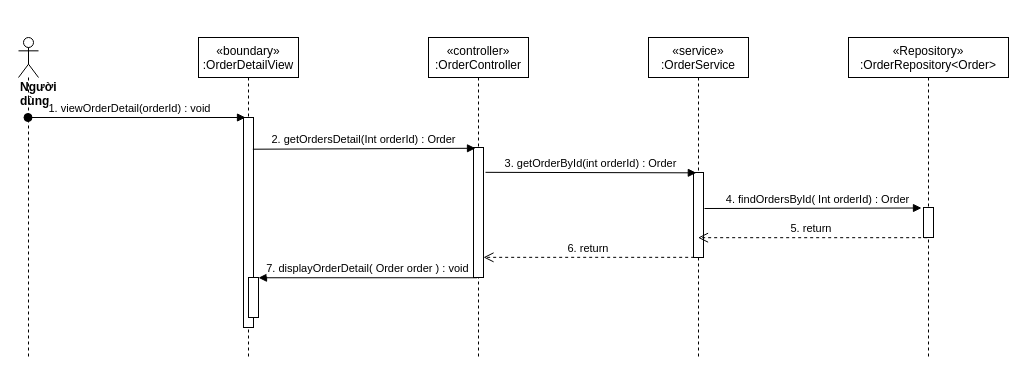
nguyenphamvan/datn_20202 keeps this draw.io diagram as sequence diagram/view-OrderDetail.drawio. Above is the earlier version. Source tidied: cells renumbered, new cells numbered last; positions are measured from the earlier drawing's top-left corner, leaving out a move shared by most shapes. Both pictures are drawn from the tidied source at 100%, with x=0, y=0 at pixel (18, 37).
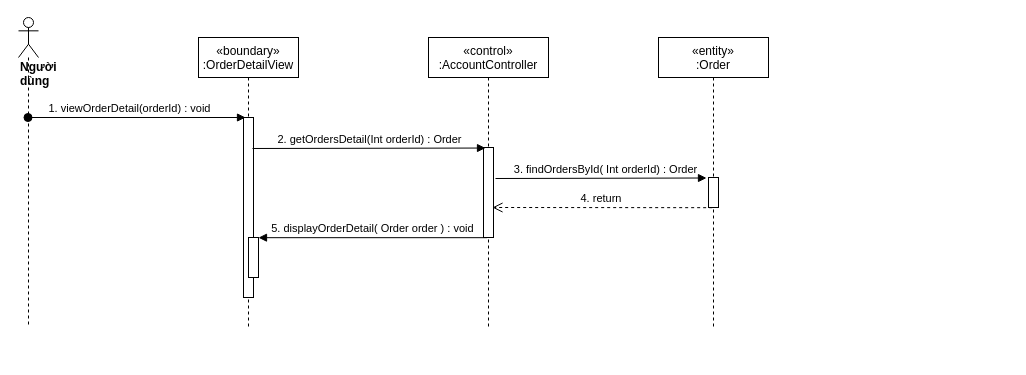
The same diagram, later.

The edit, as a diff of the source:
```diff
@@
 <mxGraphModel>
   <root>
     <mxCell id="0" />
     <mxCell id="1" parent="0" />
     <mxCell id="2" value="«boundary»&#10;:OrderDetailView" style="shape=umlLifeline;perimeter=lifelinePerimeter;rounded=0;shadow=0;strokeWidth=1;" parent="1" vertex="1">
-      <mxGeometry x="180" width="100" height="320" as="geometry" />
+      <mxGeometry x="180" width="100" height="290" as="geometry" />
     </mxCell>
     <mxCell id="3" style="points=[];perimeter=orthogonalPerimeter;rounded=0;shadow=0;strokeWidth=1;" parent="2" vertex="1">
-      <mxGeometry x="45" y="80" width="10" height="210" as="geometry" />
+      <mxGeometry x="45" y="80" width="10" height="180" as="geometry" />
     </mxCell>
     <mxCell id="4" style="html=1;points=[];perimeter=orthogonalPerimeter;" parent="2" vertex="1">
-      <mxGeometry x="50" y="240" width="10" height="40" as="geometry" />
+      <mxGeometry x="50" y="200" width="10" height="40" as="geometry" />
     </mxCell>
-    <mxCell id="5" value="«controller»&#10;:OrderController" style="shape=umlLifeline;perimeter=lifelinePerimeter;rounded=0;shadow=0;strokeWidth=1;" parent="1" vertex="1">
-      <mxGeometry x="410" width="100" height="320" as="geometry" />
+    <mxCell id="5" value="«control»&#10;:AccountController" style="shape=umlLifeline;perimeter=lifelinePerimeter;rounded=0;shadow=0;strokeWidth=1;" parent="1" vertex="1">
+      <mxGeometry x="410" width="120" height="290" as="geometry" />
     </mxCell>
     <mxCell id="6" style="points=[];perimeter=orthogonalPerimeter;rounded=0;shadow=0;strokeWidth=1;" parent="5" vertex="1">
-      <mxGeometry x="45" y="110" width="10" height="130" as="geometry" />
+      <mxGeometry x="55" y="110" width="10" height="90" as="geometry" />
     </mxCell>
     <mxCell id="7" value="&lt;div&gt;&lt;b&gt;Người dùng&lt;/b&gt;&lt;/div&gt;" style="shape=umlLifeline;participant=umlActor;perimeter=lifelinePerimeter;whiteSpace=wrap;html=1;verticalAlign=top;spacingTop=36;outlineConnect=0;align=left;" parent="1" vertex="1">
-      <mxGeometry width="20" height="320" as="geometry" />
+      <mxGeometry y="-20" width="20" height="310" as="geometry" />
     </mxCell>
     <mxCell id="8" value="1. viewOrderDetail(orderId) : void" style="verticalAlign=bottom;startArrow=oval;endArrow=block;startSize=8;shadow=0;strokeWidth=1;entryX=0.2;entryY=0;entryDx=0;entryDy=0;entryPerimeter=0;" parent="1" edge="1" source="7" target="3">
       <mxGeometry x="-0.06" relative="1" as="geometry" />
     </mxCell>
-    <mxCell id="9" value="«service»&#10;:OrderService" style="shape=umlLifeline;perimeter=lifelinePerimeter;rounded=0;shadow=0;strokeWidth=1;" parent="1" vertex="1">
-      <mxGeometry x="630" width="100" height="320" as="geometry" />
-    </mxCell>
-    <mxCell id="10" style="points=[];perimeter=orthogonalPerimeter;rounded=0;shadow=0;strokeWidth=1;" parent="9" vertex="1">
-      <mxGeometry x="45" y="135" width="10" height="85" as="geometry" />
-    </mxCell>
-    <mxCell id="11" value="2. getOrdersDetail(Int orderId) : Order" style="html=1;verticalAlign=bottom;endArrow=block;exitX=0.933;exitY=0.151;exitDx=0;exitDy=0;exitPerimeter=0;entryX=0.2;entryY=0.006;entryDx=0;entryDy=0;entryPerimeter=0;" parent="1" edge="1" source="3" target="6">
-      <mxGeometry relative="1" as="geometry" />
+    <mxCell id="11" value="2. getOrdersDetail(Int orderId) : Order" style="html=1;verticalAlign=bottom;endArrow=block;entryX=0.2;entryY=0.006;entryDx=0;entryDy=0;entryPerimeter=0;" parent="1" edge="1" target="6">
+      <mxGeometry relative="1" as="geometry">
+        <mxPoint x="234" y="111" as="sourcePoint" />
+      </mxGeometry>
     </mxCell>
-    <mxCell id="12" value="3. getOrderById(int orderId) : Order" style="html=1;verticalAlign=bottom;endArrow=block;entryX=0.283;entryY=0.004;entryDx=0;entryDy=0;entryPerimeter=0;exitX=1.2;exitY=0.191;exitDx=0;exitDy=0;exitPerimeter=0;" parent="1" edge="1" source="6" target="10">
-      <mxGeometry relative="1" as="geometry" />
-    </mxCell>
-    <mxCell id="13" value="«Repository»&#10;:OrderRepository&lt;Order&gt;" style="shape=umlLifeline;perimeter=lifelinePerimeter;rounded=0;shadow=0;strokeWidth=1;" parent="1" vertex="1">
-      <mxGeometry x="830" width="160" height="320" as="geometry" />
+    <mxCell id="13" value="«entity»&#10;:Order" style="shape=umlLifeline;perimeter=lifelinePerimeter;rounded=0;shadow=0;strokeWidth=1;" parent="1" vertex="1">
+      <mxGeometry x="640" width="110" height="290" as="geometry" />
     </mxCell>
     <mxCell id="14" style="points=[];perimeter=orthogonalPerimeter;rounded=0;shadow=0;strokeWidth=1;" parent="13" vertex="1">
-      <mxGeometry x="75" y="170" width="10" height="30" as="geometry" />
+      <mxGeometry x="50" y="140" width="10" height="30" as="geometry" />
     </mxCell>
-    <mxCell id="15" value="4. findOrdersById( Int orderId) : Order" style="html=1;verticalAlign=bottom;endArrow=block;entryX=-0.2;entryY=0.017;entryDx=0;entryDy=0;entryPerimeter=0;" parent="1" edge="1" target="14">
+    <mxCell id="15" value="3. findOrdersById( Int orderId) : Order" style="html=1;verticalAlign=bottom;endArrow=block;entryX=-0.2;entryY=0.017;entryDx=0;entryDy=0;entryPerimeter=0;" parent="1" edge="1" target="14">
       <mxGeometry x="0.04" relative="1" as="geometry">
-        <mxPoint x="686" y="171" as="sourcePoint" />
+        <mxPoint x="477" y="141" as="sourcePoint" />
       </mxGeometry>
     </mxCell>
-    <mxCell id="16" value="5. return&amp;nbsp;" style="html=1;verticalAlign=bottom;endArrow=open;dashed=1;endSize=8;exitX=0.367;exitY=1.006;exitDx=0;exitDy=0;exitPerimeter=0;" parent="1" edge="1" source="14" target="9">
-      <mxGeometry relative="1" as="geometry" />
+    <mxCell id="16" value="4. return&amp;nbsp;" style="html=1;verticalAlign=bottom;endArrow=open;dashed=1;endSize=8;exitX=0.367;exitY=1.006;exitDx=0;exitDy=0;exitPerimeter=0;" parent="1" edge="1" source="14">
+      <mxGeometry relative="1" as="geometry">
+        <mxPoint x="474" y="170" as="targetPoint" />
+      </mxGeometry>
     </mxCell>
-    <mxCell id="17" value="6. return&amp;nbsp;" style="html=1;verticalAlign=bottom;endArrow=open;dashed=1;endSize=8;exitX=0.067;exitY=0.998;exitDx=0;exitDy=0;exitPerimeter=0;" parent="1" edge="1" source="10" target="6">
-      <mxGeometry relative="1" as="geometry" />
-    </mxCell>
-    <mxCell id="18" value="7. displayOrderDetail( Order order ) : void" style="verticalAlign=bottom;endArrow=block;shadow=0;strokeWidth=1;exitX=0.34;exitY=1.002;exitDx=0;exitDy=0;exitPerimeter=0;" parent="1" edge="1" source="6" target="4">
+    <mxCell id="18" value="5. displayOrderDetail( Order order ) : void" style="verticalAlign=bottom;endArrow=block;shadow=0;strokeWidth=1;exitX=0.34;exitY=1.002;exitDx=0;exitDy=0;exitPerimeter=0;" parent="1" edge="1" source="6" target="4">
       <mxGeometry relative="1" as="geometry" />
     </mxCell>
   </root>
 </mxGraphModel>
```
